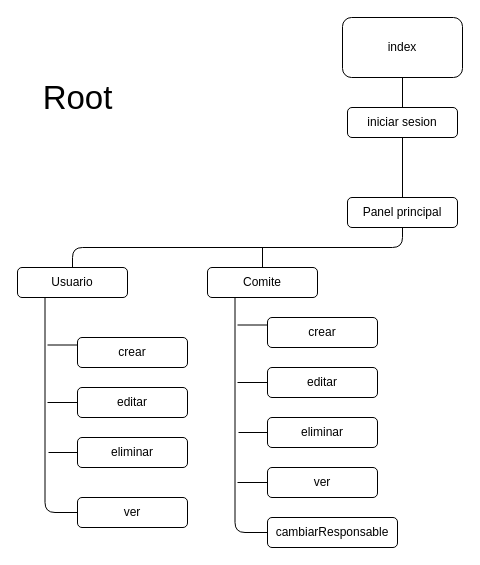
Above: page "root" (4 of 4) of doc/Nav.drawio in gabo2600/sesion (draw.io), before the change. Source tidied: cells renumbered, new cells numbered last; positions are measured from the earlier drawing's top-left corner, leaving out a move shared by most shapes. Both pictures are drawn from the tidied source at 100%, with x=0, y=0 at pixel (17, 17).
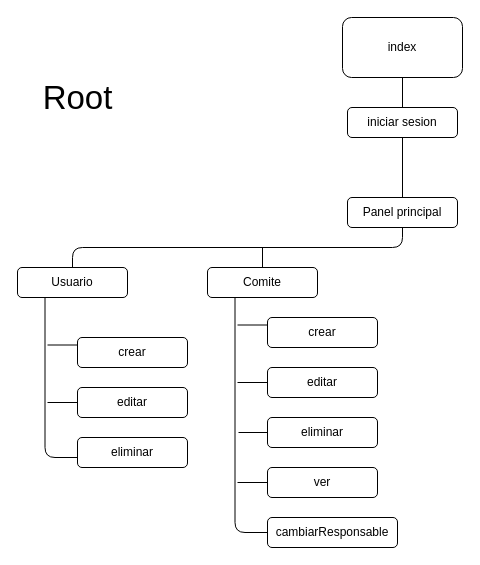
After the change.

The change refers to these unchanged cells:
```xml
<mxCell id="13" value="Usuario" style="rounded=1;whiteSpace=wrap;html=1;" parent="1" vertex="1">
  <mxGeometry y="250" width="110" height="30" as="geometry" />
</mxCell>
<mxCell id="26" value="eliminar" style="rounded=1;whiteSpace=wrap;html=1;" parent="1" vertex="1">
  <mxGeometry x="60" y="420" width="110" height="30" as="geometry" />
</mxCell>
```

What changed in the source:
```diff
@@
-    <mxCell id="12" style="edgeStyle=orthogonalEdgeStyle;rounded=1;jettySize=auto;html=1;exitX=0.25;exitY=1;exitDx=0;exitDy=0;entryX=0;entryY=0.5;entryDx=0;entryDy=0;endArrow=none;endFill=0;" parent="1" edge="1" source="13" target="14">
+    <mxCell id="12" style="edgeStyle=orthogonalEdgeStyle;rounded=1;jettySize=auto;html=1;exitX=0.25;exitY=1;exitDx=0;exitDy=0;entryX=0;entryY=0.667;entryDx=0;entryDy=0;endArrow=none;endFill=0;entryPerimeter=0;" parent="1" edge="1" source="13" target="26">
       <mxGeometry relative="1" as="geometry" />
     </mxCell>
@@
-    <mxCell id="14" value="ver" style="rounded=1;whiteSpace=wrap;html=1;" parent="1" vertex="1">
-      <mxGeometry x="60" y="480" width="110" height="30" as="geometry" />
-    </mxCell>
@@
-    <mxCell id="25" style="edgeStyle=orthogonalEdgeStyle;rounded=1;jettySize=auto;html=1;exitX=0;exitY=0.5;exitDx=0;exitDy=0;endArrow=none;endFill=0;" parent="1" edge="1" source="26">
-      <mxGeometry relative="1" as="geometry">
-        <mxPoint x="31" y="435" as="targetPoint" />
-      </mxGeometry>
-    </mxCell>
```
